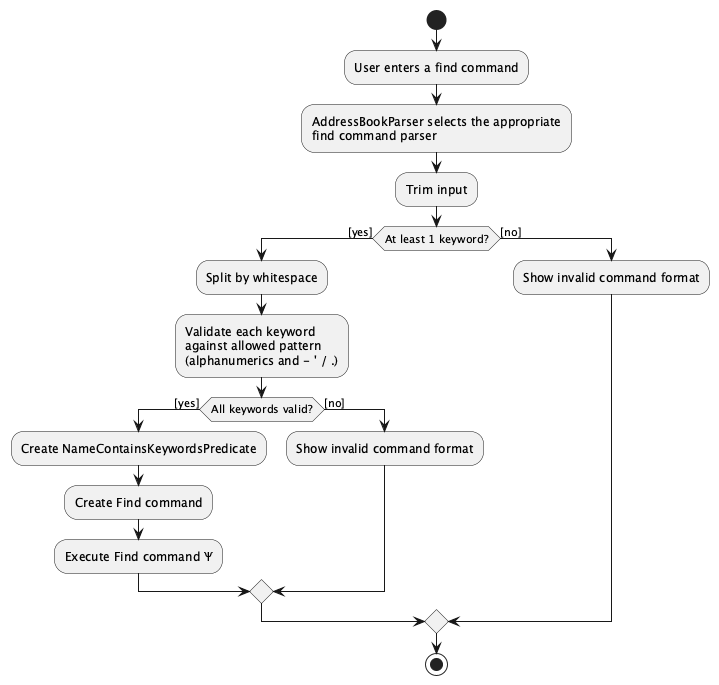
AY2526S2-CS2103T-T17-1/tp keeps this PlantUML diagram as docs/images/find/FindFeatureActivityDiagram-ParseValidate.png. Above is the earlier version. Its diagram source:
```plantuml
@startuml
start
:User enters a find command;
:AddressBookParser selects the appropriate
find command parser;
:Trim input;

if (At least 1 keyword?) then ([yes])
  :Split by whitespace;
  :Validate each keyword
  against allowed pattern
  (alphanumerics and - ' / .);

  if (All keywords valid?) then ([yes])
    :Create NameContainsKeywordsPredicate;
    :Create Find command;

    :Execute Find command Ψ;
  else ([no])
    :Show invalid command format;
  endif
else ([no])
  :Show invalid command format;
endif
stop
@enduml
```
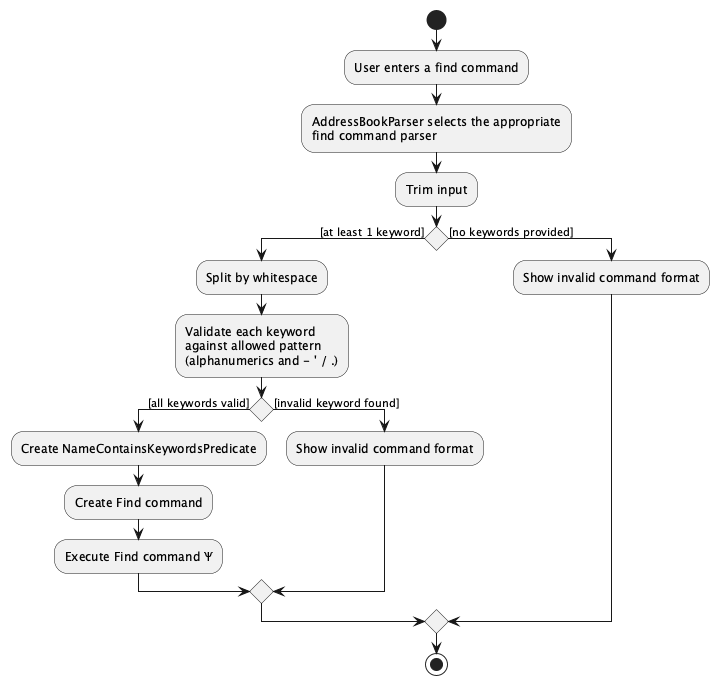
After the change.

Commit message:
Address PR review comments: UG cleanup and fix find activity diagrams

What changed in the source:
```diff
@@ -5,21 +5,21 @@
 find command parser;
 :Trim input;
 
-if (At least 1 keyword?) then ([yes])
+if () then ([at least 1 keyword])
   :Split by whitespace;
   :Validate each keyword
   against allowed pattern
   (alphanumerics and - ' / .);
 
-  if (All keywords valid?) then ([yes])
+  if () then ([all keywords valid])
     :Create NameContainsKeywordsPredicate;
     :Create Find command;
 
     :Execute Find command Ψ;
-  else ([no])
+  else ([invalid keyword found])
     :Show invalid command format;
   endif
-else ([no])
+else ([no keywords provided])
   :Show invalid command format;
 endif
 stop
```
